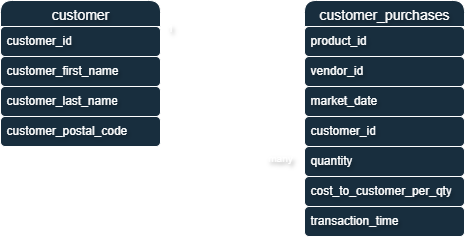
Before: 02_activities/assignments/One_Entity-Relationship_Diagram.png, a diagram exported from draw.io (chloeyli/sql). Source tidied: cells renumbered, new cells last; positions are measured from the earlier drawing's top-left corner, leaving out a move shared by most shapes.
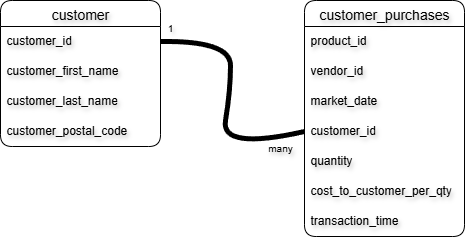
Later version of the same file.

Commit message:
edited again for clarity of lines and font color

Change to the diagram source:
```diff
@@ -2,46 +2,46 @@
   <root>
     <mxCell id="0" />
     <mxCell id="1" parent="0" />
-    <mxCell id="2" value="customer" style="swimlane;fontStyle=0;horizontal=1;startSize=26;align=center;fontSize=14;fontColor=#FFFFFF;labelBackgroundColor=none;textShadow=1;fillColor=#182E3E;strokeColor=#FFFFFF;rounded=1;" parent="1" vertex="1">
+    <mxCell id="2" value="customer" style="swimlane;fontStyle=0;horizontal=1;startSize=26;align=center;fontSize=14;labelBackgroundColor=none;textShadow=1;rounded=1;" parent="1" vertex="1">
       <mxGeometry width="160" height="146" as="geometry" />
     </mxCell>
-    <mxCell id="3" value="customer_id" style="text;strokeColor=#FFFFFF;fillColor=#182E3E;spacingLeft=4;spacingRight=4;overflow=hidden;points=[[0,0.5],[1,0.5]];portConstraint=eastwest;fontSize=12;whiteSpace=wrap;html=1;fontColor=#FFFFFF;labelBackgroundColor=none;textShadow=1;rounded=1;" parent="2" vertex="1">
+    <mxCell id="3" value="customer_id" style="text;spacingLeft=4;spacingRight=4;overflow=hidden;points=[[0,0.5],[1,0.5]];portConstraint=eastwest;fontSize=12;whiteSpace=wrap;html=1;labelBackgroundColor=none;textShadow=1;rounded=1;" parent="2" vertex="1">
       <mxGeometry y="26" width="160" height="30" as="geometry" />
     </mxCell>
-    <mxCell id="4" value="customer_first_name" style="text;strokeColor=#FFFFFF;fillColor=#182E3E;spacingLeft=4;spacingRight=4;overflow=hidden;fontSize=12;whiteSpace=wrap;html=1;fontColor=#FFFFFF;labelBackgroundColor=none;textShadow=1;rounded=1;" parent="2" vertex="1">
+    <mxCell id="4" value="customer_first_name" style="text;spacingLeft=4;spacingRight=4;overflow=hidden;fontSize=12;whiteSpace=wrap;html=1;labelBackgroundColor=none;textShadow=1;rounded=1;" parent="2" vertex="1">
       <mxGeometry y="56" width="160" height="30" as="geometry" />
     </mxCell>
-    <mxCell id="5" value="customer_last_name" style="text;strokeColor=#FFFFFF;fillColor=#182E3E;spacingLeft=4;spacingRight=4;overflow=hidden;fontSize=12;whiteSpace=wrap;html=1;fontColor=#FFFFFF;labelBackgroundColor=none;textShadow=1;rounded=1;" parent="2" vertex="1">
+    <mxCell id="5" value="customer_last_name" style="text;spacingLeft=4;spacingRight=4;overflow=hidden;fontSize=12;whiteSpace=wrap;html=1;labelBackgroundColor=none;textShadow=1;rounded=1;" parent="2" vertex="1">
       <mxGeometry y="86" width="160" height="30" as="geometry" />
     </mxCell>
-    <mxCell id="6" value="customer_postal_code" style="text;strokeColor=#FFFFFF;fillColor=#182E3E;spacingLeft=4;spacingRight=4;overflow=hidden;fontSize=12;whiteSpace=wrap;html=1;fontColor=#FFFFFF;labelBackgroundColor=none;textShadow=1;rounded=1;" parent="2" vertex="1">
+    <mxCell id="6" value="customer_postal_code" style="text;spacingLeft=4;spacingRight=4;overflow=hidden;fontSize=12;whiteSpace=wrap;html=1;labelBackgroundColor=none;textShadow=1;rounded=1;" parent="2" vertex="1">
       <mxGeometry y="116" width="160" height="30" as="geometry" />
     </mxCell>
-    <mxCell id="7" value="customer_purchases" style="swimlane;fontStyle=0;horizontal=1;startSize=26;align=center;fontSize=14;fontColor=#FFFFFF;labelBackgroundColor=none;textShadow=1;fillColor=#182E3E;strokeColor=#FFFFFF;rounded=1;" parent="1" vertex="1">
+    <mxCell id="7" value="customer_purchases" style="swimlane;fontStyle=0;horizontal=1;startSize=26;align=center;fontSize=14;labelBackgroundColor=none;textShadow=1;rounded=1;" parent="1" vertex="1">
       <mxGeometry x="304" width="160" height="236" as="geometry" />
     </mxCell>
-    <mxCell id="8" value="product_id" style="text;strokeColor=#FFFFFF;fillColor=#182E3E;spacingLeft=4;spacingRight=4;overflow=hidden;fontSize=12;whiteSpace=wrap;html=1;fontColor=#FFFFFF;labelBackgroundColor=none;textShadow=1;rounded=1;" parent="7" vertex="1">
+    <mxCell id="8" value="product_id" style="text;spacingLeft=4;spacingRight=4;overflow=hidden;fontSize=12;whiteSpace=wrap;html=1;labelBackgroundColor=none;textShadow=1;rounded=1;" parent="7" vertex="1">
       <mxGeometry y="26" width="160" height="30" as="geometry" />
     </mxCell>
-    <mxCell id="9" value="vendor_id" style="text;strokeColor=#FFFFFF;fillColor=#182E3E;spacingLeft=4;spacingRight=4;overflow=hidden;fontSize=12;whiteSpace=wrap;html=1;fontColor=#FFFFFF;labelBackgroundColor=none;textShadow=1;rounded=1;" parent="7" vertex="1">
+    <mxCell id="9" value="vendor_id" style="text;spacingLeft=4;spacingRight=4;overflow=hidden;fontSize=12;whiteSpace=wrap;html=1;labelBackgroundColor=none;textShadow=1;rounded=1;" parent="7" vertex="1">
       <mxGeometry y="56" width="160" height="30" as="geometry" />
     </mxCell>
-    <mxCell id="10" value="market_date&lt;div&gt;&lt;br&gt;&lt;/div&gt;" style="text;strokeColor=#FFFFFF;fillColor=#182E3E;spacingLeft=4;spacingRight=4;overflow=hidden;fontSize=12;whiteSpace=wrap;html=1;fontColor=#FFFFFF;labelBackgroundColor=none;textShadow=1;rounded=1;" parent="7" vertex="1">
+    <mxCell id="10" value="market_date&lt;div&gt;&lt;br&gt;&lt;/div&gt;" style="text;spacingLeft=4;spacingRight=4;overflow=hidden;fontSize=12;whiteSpace=wrap;html=1;labelBackgroundColor=none;textShadow=1;rounded=1;" parent="7" vertex="1">
       <mxGeometry y="86" width="160" height="30" as="geometry" />
     </mxCell>
-    <mxCell id="11" value="customer_id" style="text;strokeColor=#FFFFFF;fillColor=#182E3E;spacingLeft=4;spacingRight=4;overflow=hidden;points=[[0,0.5],[1,0.5]];portConstraint=eastwest;fontSize=12;whiteSpace=wrap;html=1;fontColor=#FFFFFF;labelBackgroundColor=none;textShadow=1;rounded=1;" parent="7" vertex="1">
+    <mxCell id="11" value="customer_id" style="text;spacingLeft=4;spacingRight=4;overflow=hidden;points=[[0,0.5],[1,0.5]];portConstraint=eastwest;fontSize=12;whiteSpace=wrap;html=1;labelBackgroundColor=none;textShadow=1;rounded=1;" parent="7" vertex="1">
       <mxGeometry y="116" width="160" height="30" as="geometry" />
     </mxCell>
-    <mxCell id="12" value="quantity" style="text;strokeColor=#FFFFFF;fillColor=#182E3E;spacingLeft=4;spacingRight=4;overflow=hidden;fontSize=12;whiteSpace=wrap;html=1;fontColor=#FFFFFF;labelBackgroundColor=none;textShadow=1;rounded=1;" parent="7" vertex="1">
+    <mxCell id="12" value="quantity" style="text;spacingLeft=4;spacingRight=4;overflow=hidden;fontSize=12;whiteSpace=wrap;html=1;labelBackgroundColor=none;textShadow=1;rounded=1;" parent="7" vertex="1">
       <mxGeometry y="146" width="160" height="30" as="geometry" />
     </mxCell>
-    <mxCell id="13" value="cost_to_customer_per_qty" style="text;strokeColor=#FFFFFF;fillColor=#182E3E;spacingLeft=4;spacingRight=4;overflow=hidden;fontSize=12;whiteSpace=wrap;html=1;fontColor=#FFFFFF;labelBackgroundColor=none;textShadow=1;rounded=1;" parent="7" vertex="1">
+    <mxCell id="13" value="cost_to_customer_per_qty" style="text;spacingLeft=4;spacingRight=4;overflow=hidden;fontSize=12;whiteSpace=wrap;html=1;labelBackgroundColor=none;textShadow=1;rounded=1;" parent="7" vertex="1">
       <mxGeometry y="176" width="160" height="30" as="geometry" />
     </mxCell>
-    <mxCell id="14" value="transaction_time" style="text;strokeColor=#FFFFFF;fillColor=#182E3E;spacingLeft=4;spacingRight=4;overflow=hidden;fontSize=12;whiteSpace=wrap;html=1;fontColor=#FFFFFF;labelBackgroundColor=none;textShadow=1;rounded=1;" parent="7" vertex="1">
+    <mxCell id="14" value="transaction_time" style="text;spacingLeft=4;spacingRight=4;overflow=hidden;fontSize=12;whiteSpace=wrap;html=1;labelBackgroundColor=none;textShadow=1;rounded=1;" parent="7" vertex="1">
       <mxGeometry y="206" width="160" height="30" as="geometry" />
     </mxCell>
-    <mxCell id="15" style="endArrow=none;html=1;rounded=1;fontSize=12;startSize=8;endSize=8;curved=1;exitX=1;exitY=0.5;exitDx=0;exitDy=0;entryX=0;entryY=0.5;entryDx=0;entryDy=0;fontColor=default;labelBackgroundColor=none;textShadow=1;strokeColor=light-dark(#FFFFFF,#FFFFFF);strokeWidth=5;" parent="1" edge="1" source="3" target="11">
+    <mxCell id="15" style="endArrow=none;html=1;rounded=1;fontSize=12;startSize=8;endSize=8;curved=1;exitX=1;exitY=0.5;exitDx=0;exitDy=0;entryX=0;entryY=0.5;entryDx=0;entryDy=0;fontColor=light-dark(#000000,#003366);labelBackgroundColor=none;textShadow=1;strokeWidth=5;" parent="1" edge="1" source="3" target="11">
       <mxGeometry relative="1" as="geometry">
         <Array as="points">
           <mxPoint x="230" y="40" />
@@ -50,11 +50,11 @@
         </Array>
       </mxGeometry>
     </mxCell>
-    <mxCell id="16" value="&lt;font style=&quot;font-size: 10px;&quot;&gt;1&lt;/font&gt;" style="text;strokeColor=none;fillColor=none;html=1;align=center;verticalAlign=middle;whiteSpace=wrap;rounded=1;fontSize=16;fontColor=light-dark(#FFFFFF,#FFFFFF);labelBackgroundColor=none;textShadow=1;" parent="1" vertex="1">
+    <mxCell id="16" value="&lt;font style=&quot;font-size: 10px;&quot;&gt;1&lt;/font&gt;" style="text;html=1;align=center;verticalAlign=middle;whiteSpace=wrap;rounded=1;fontSize=16;labelBackgroundColor=none;textShadow=1;" parent="1" vertex="1">
       <mxGeometry x="160" y="10" width="20" height="30" as="geometry" />
     </mxCell>
-    <mxCell id="17" value="&lt;font style=&quot;font-size: 10px;&quot;&gt;many&lt;/font&gt;" style="text;strokeColor=none;fillColor=none;html=1;align=center;verticalAlign=middle;whiteSpace=wrap;rounded=1;fontSize=16;fontColor=light-dark(#FFFFFF,#FFFFFF);labelBackgroundColor=none;textShadow=1;" parent="1" vertex="1">
-      <mxGeometry x="260" y="140" width="40" height="30" as="geometry" />
+    <mxCell id="17" value="&lt;font style=&quot;font-size: 10px;&quot;&gt;many&lt;/font&gt;" style="text;html=1;align=center;verticalAlign=middle;whiteSpace=wrap;rounded=1;fontSize=16;labelBackgroundColor=none;textShadow=1;" parent="1" vertex="1">
+      <mxGeometry x="270" y="130" width="20" height="30" as="geometry" />
     </mxCell>
   </root>
 </mxGraphModel>
```
